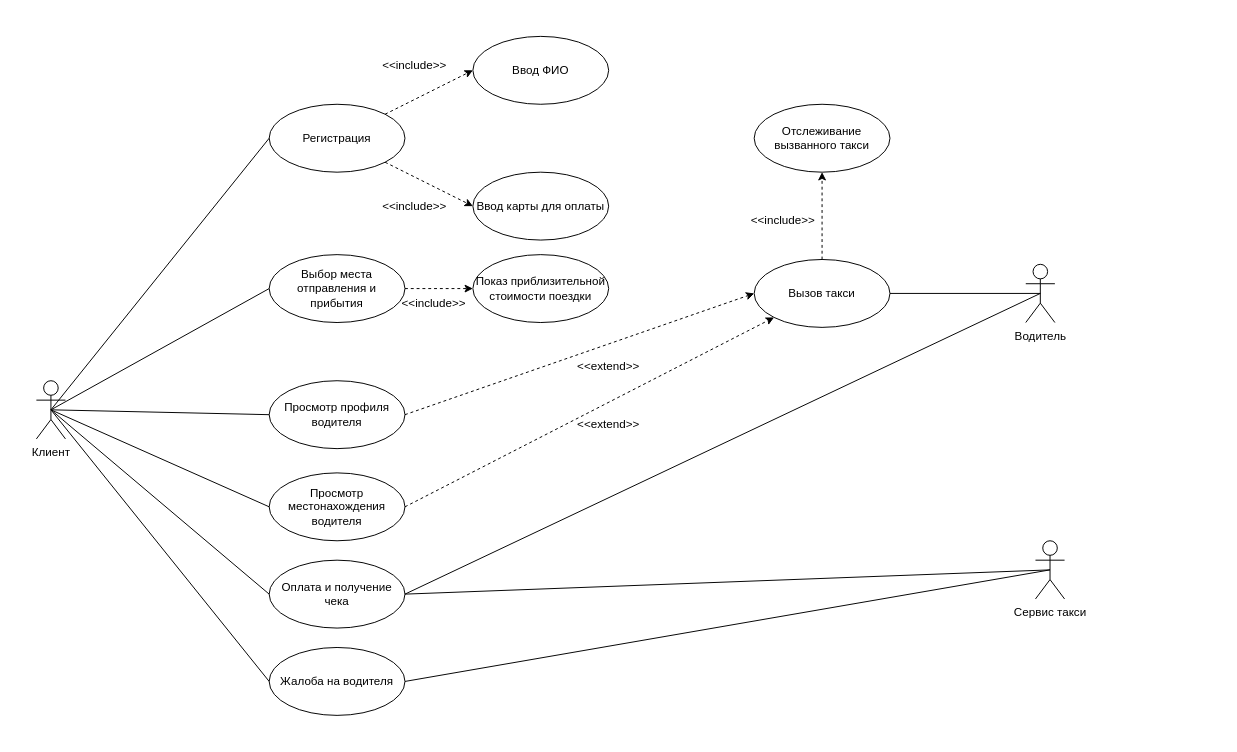
Earlier version of the draw.io diagram DZ 2 .drawio (romankuz19/-). Source tidied: cells renumbered, new cells numbered last; positions are measured from the earlier drawing's top-left corner, leaving out a move shared by most shapes. Both pictures are drawn from the tidied source at 97%, with x=0, y=0 at pixel (36, 36).
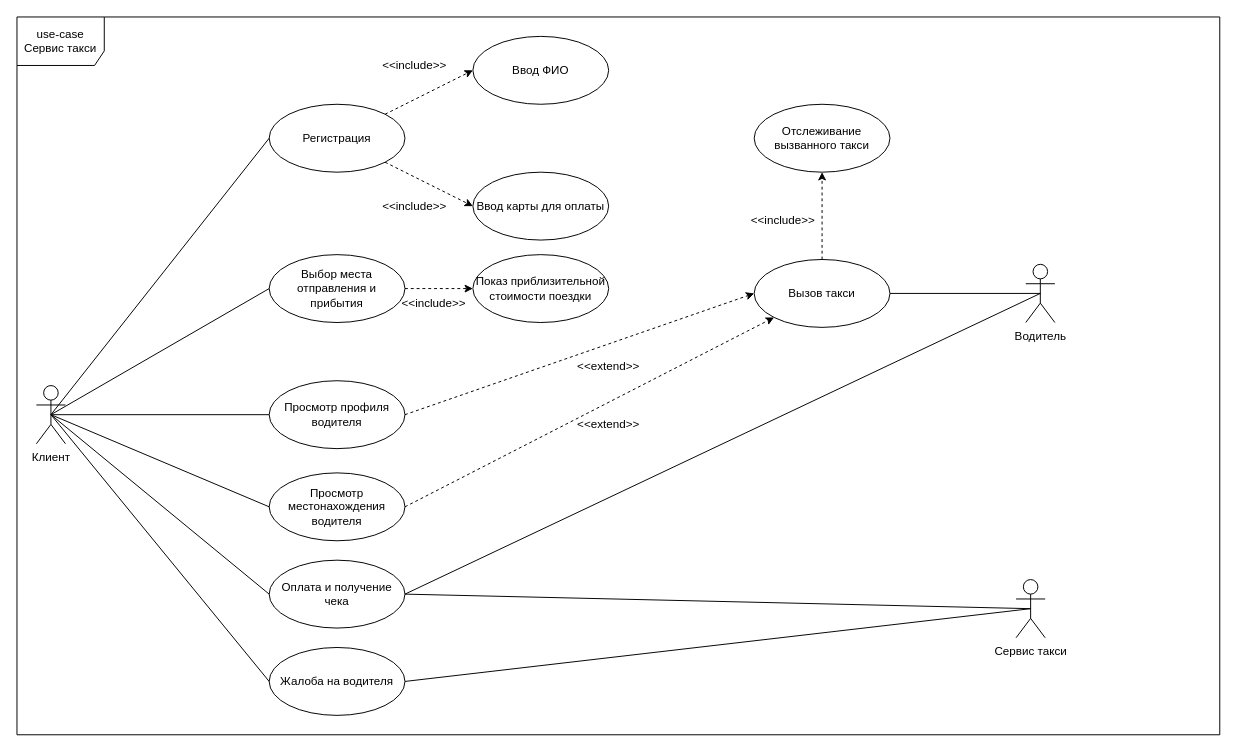
Above is the later version.

Diff of the diagram source:
```diff
@@
-<mxGraphModel>
+<mxGraphModel background="#FFFFFF">
@@
+    <mxCell id="38" value="use-case&lt;br&gt;Сервис такси" style="shape=umlFrame;whiteSpace=wrap;html=1;width=90;height=50;" parent="1" vertex="1">
+      <mxGeometry x="-20" y="-20" width="1240" height="740" as="geometry" />
+    </mxCell>
     <mxCell id="2" value="Клиент" style="shape=umlActor;verticalLabelPosition=bottom;verticalAlign=top;html=1;" parent="1" vertex="1">
-      <mxGeometry y="355" width="30" height="60" as="geometry" />
+      <mxGeometry y="360" width="30" height="60" as="geometry" />
     </mxCell>
@@
     <mxCell id="35" value="Сервис такси" style="shape=umlActor;verticalLabelPosition=bottom;verticalAlign=top;html=1;outlineConnect=0;" parent="1" vertex="1">
-      <mxGeometry x="1030" y="520" width="30" height="60" as="geometry" />
+      <mxGeometry x="1010" y="560" width="30" height="60" as="geometry" />
     </mxCell>
```
